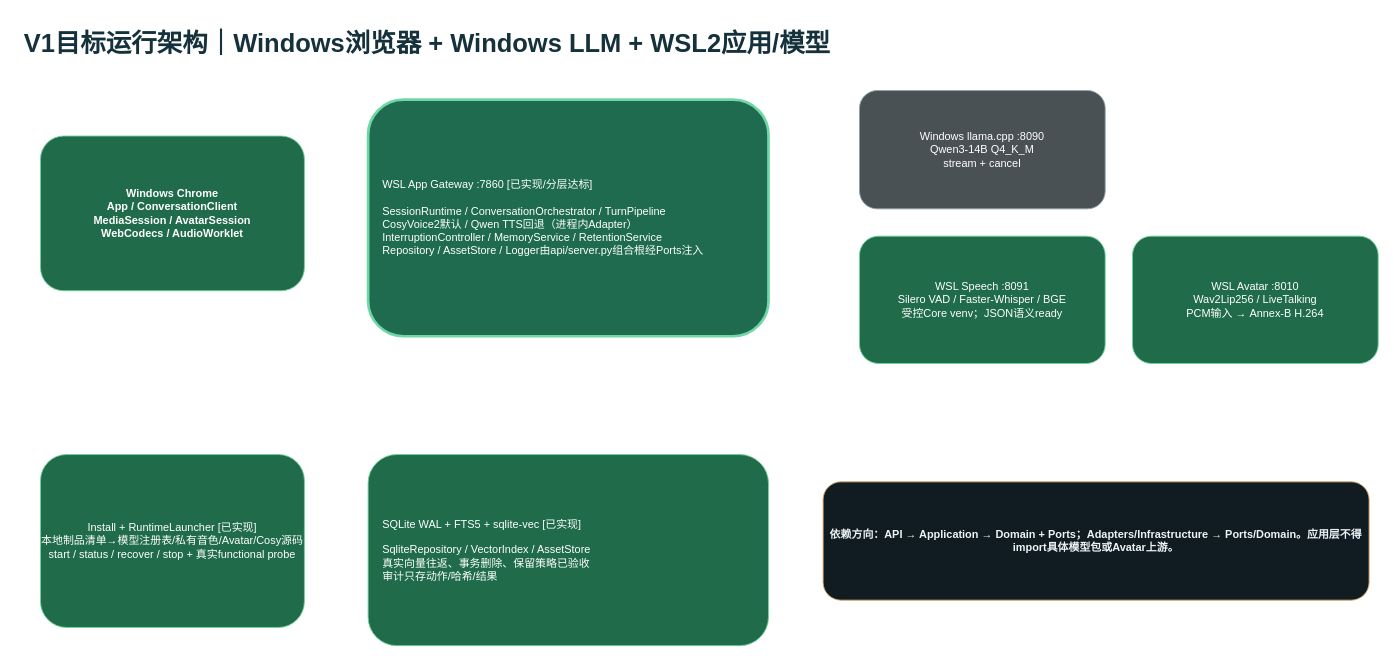
The draw.io diagram page "03-V1目标运行架构" (3 of 8) of docs/cyberWife-b3-b5-delivery-gap.drawio in ljx418/cyberWife, before the edit. Source tidied: cells renumbered, new cells numbered last; positions are measured from the earlier drawing's top-left corner, leaving out a move shared by most shapes. Both pictures are drawn from the tidied source at 91%, with x=0, y=0 at pixel (22, 22).
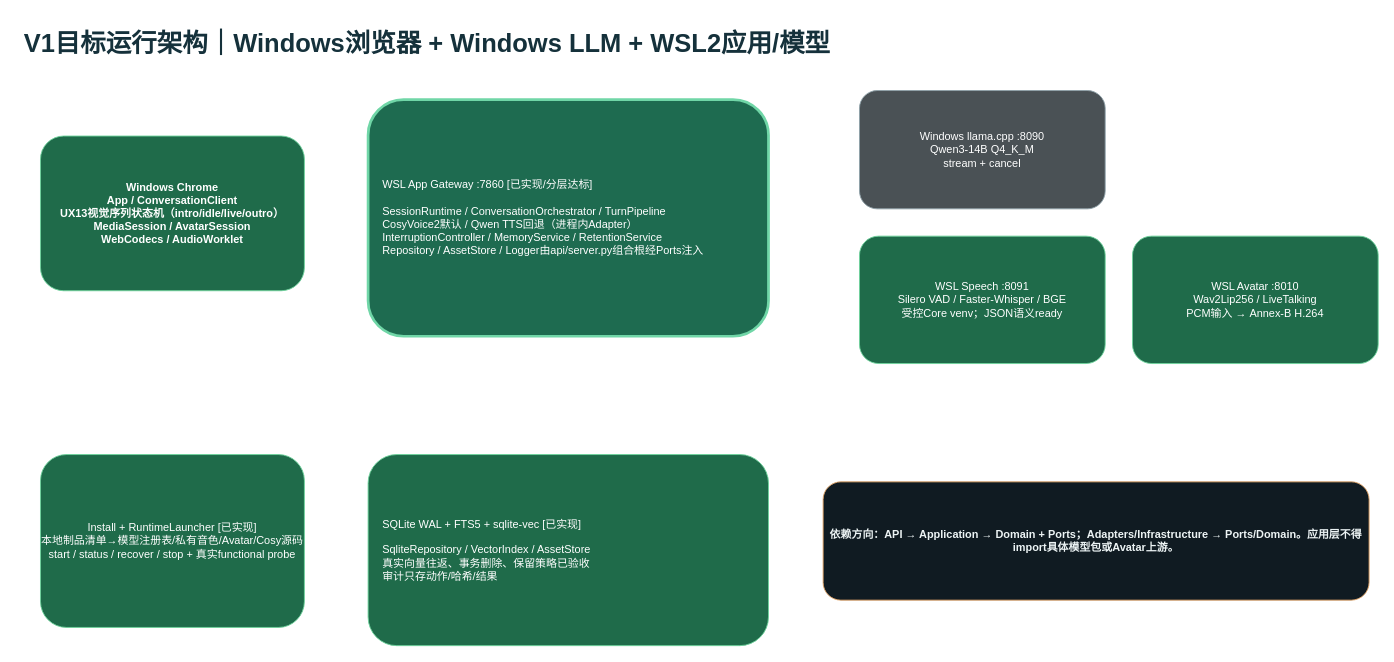
After the change.

What changed in the source:
```diff
@@
 <mxGraphModel>
   <root>
     <mxCell id="0" />
     <mxCell id="1" parent="0" />
     <mxCell id="2" value="V1目标运行架构｜Windows浏览器 + Windows LLM + WSL2应用/模型" style="text;html=1;fontSize=28;fontStyle=1;fontColor=#15313B;" parent="1" vertex="1">
       <mxGeometry width="1400" height="55" as="geometry" />
     </mxCell>
-    <mxCell id="3" value="Windows Chrome&#10;App / ConversationClient&#10;MediaSession / AvatarSession&#10;WebCodecs / AudioWorklet" style="rounded=1;html=1;whiteSpace=wrap;fillColor=#1F6B4A;strokeColor=#6ED39C;fontColor=#FFFFFF;fontStyle=1;" parent="1" vertex="1">
+    <mxCell id="3" value="Windows Chrome&#10;App / ConversationClient&#10;UX13视觉序列状态机（intro/idle/live/outro）&#10;MediaSession / AvatarSession&#10;WebCodecs / AudioWorklet" style="rounded=1;html=1;whiteSpace=wrap;fillColor=#1F6B4A;strokeColor=#6ED39C;fontColor=#FFFFFF;fontStyle=1;" parent="1" vertex="1">
       <mxGeometry x="20" y="125" width="290" height="170" as="geometry" />
     </mxCell>
     <mxCell id="4" value="WSL App Gateway :7860 [已实现/分层达标]&#10;&#10;SessionRuntime / ConversationOrchestrator / TurnPipeline&#10;CosyVoice2默认 / Qwen TTS回退（进程内Adapter）&#10;InterruptionController / MemoryService / RetentionService&#10;Repository / AssetStore / Logger由api/server.py组合根经Ports注入" style="rounded=1;html=1;whiteSpace=wrap;fillColor=#1E6B50;strokeColor=#70D6A7;strokeWidth=3;fontColor=#FFFFFF;align=left;spacing=16;" parent="1" vertex="1">
       <mxGeometry x="380" y="85" width="440" height="260" as="geometry" />
     </mxCell>
     <mxCell id="5" value="Windows llama.cpp :8090&#10;Qwen3-14B Q4_K_M&#10;stream + cancel" style="rounded=1;html=1;whiteSpace=wrap;fillColor=#4A5155;strokeColor=#8EA0A8;fontColor=#FFFFFF;" parent="1" vertex="1">
       <mxGeometry x="920" y="75" width="270" height="130" as="geometry" />
     </mxCell>
     <mxCell id="6" value="WSL Speech :8091&#10;Silero VAD / Faster-Whisper / BGE&#10;受控Core venv；JSON语义ready" style="rounded=1;html=1;whiteSpace=wrap;fillColor=#1F6B4A;strokeColor=#6ED39C;fontColor=#FFFFFF;" parent="1" vertex="1">
       <mxGeometry x="920" y="235" width="270" height="140" as="geometry" />
     </mxCell>
     <mxCell id="7" value="WSL Avatar :8010&#10;Wav2Lip256 / LiveTalking&#10;PCM输入 → Annex-B H.264" style="rounded=1;html=1;whiteSpace=wrap;fillColor=#1F6B4A;strokeColor=#6ED39C;fontColor=#FFFFFF;" parent="1" vertex="1">
       <mxGeometry x="1220" y="235" width="270" height="140" as="geometry" />
     </mxCell>
     <mxCell id="8" value="SQLite WAL + FTS5 + sqlite-vec [已实现]&#10;&#10;SqliteRepository / VectorIndex / AssetStore&#10;真实向量往返、事务删除、保留策略已验收&#10;审计只存动作/哈希/结果" style="rounded=1;html=1;whiteSpace=wrap;fillColor=#1F6B4A;strokeColor=#6ED39C;fontColor=#FFFFFF;align=left;spacing=16;" parent="1" vertex="1">
       <mxGeometry x="380" y="475" width="440" height="210" as="geometry" />
     </mxCell>
     <mxCell id="9" value="Install + RuntimeLauncher [已实现]&#10;本地制品清单→模型注册表/私有音色/Avatar/Cosy源码&#10;start / status / recover / stop + 真实functional probe" style="rounded=1;html=1;whiteSpace=wrap;fillColor=#1F6B4A;strokeColor=#6ED39C;fontColor=#FFFFFF;" parent="1" vertex="1">
       <mxGeometry x="20" y="475" width="290" height="190" as="geometry" />
     </mxCell>
     <mxCell id="10" value="依赖方向：API → Application → Domain + Ports；Adapters/Infrastructure → Ports/Domain。应用层不得import具体模型包或Avatar上游。" style="rounded=1;html=1;whiteSpace=wrap;fillColor=#101B22;strokeColor=#E4A668;fontColor=#EDF4F5;fontStyle=1;" parent="1" vertex="1">
       <mxGeometry x="880" y="505" width="600" height="130" as="geometry" />
     </mxCell>
     <mxCell id="11" style="edgeStyle=orthogonalEdgeStyle;strokeColor=#62B6BC;endArrow=block;" parent="1" edge="1" source="3" target="4" />
     <mxCell id="12" style="edgeStyle=orthogonalEdgeStyle;strokeColor=#8AA0A9;endArrow=block;" parent="1" edge="1" source="4" target="5" />
     <mxCell id="13" style="edgeStyle=orthogonalEdgeStyle;strokeColor=#8AA0A9;endArrow=block;" parent="1" edge="1" source="4" target="6" />
     <mxCell id="14" style="edgeStyle=orthogonalEdgeStyle;strokeColor=#8AA0A9;endArrow=block;" parent="1" edge="1" source="4" target="7" />
     <mxCell id="15" style="edgeStyle=orthogonalEdgeStyle;strokeColor=#62B6BC;endArrow=block;" parent="1" edge="1" source="4" target="8" />
     <mxCell id="16" style="edgeStyle=orthogonalEdgeStyle;strokeColor=#6ED39C;endArrow=block;" parent="1" edge="1" source="9" target="4" />
   </root>
 </mxGraphModel>
```
